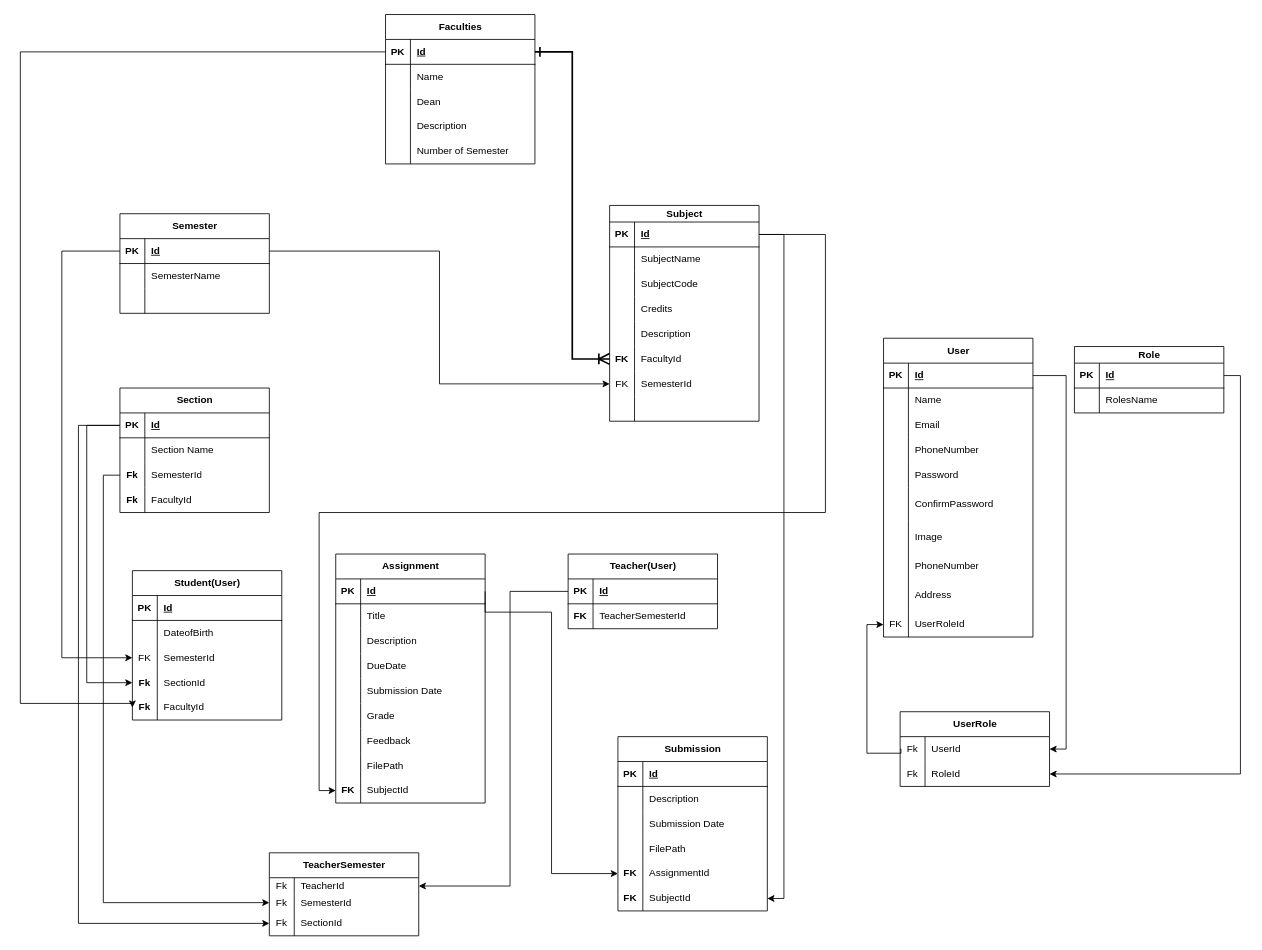
This is Untitled Diagram.drawio from Prakriti4/DotNetMVC, a draw.io file, before an edit. Source tidied: cells renumbered, new cells numbered last; positions are measured from the earlier drawing's top-left corner, leaving out a move shared by most shapes. Both pictures are drawn from the tidied source at 83%, with x=0, y=0 at pixel (20, 14).
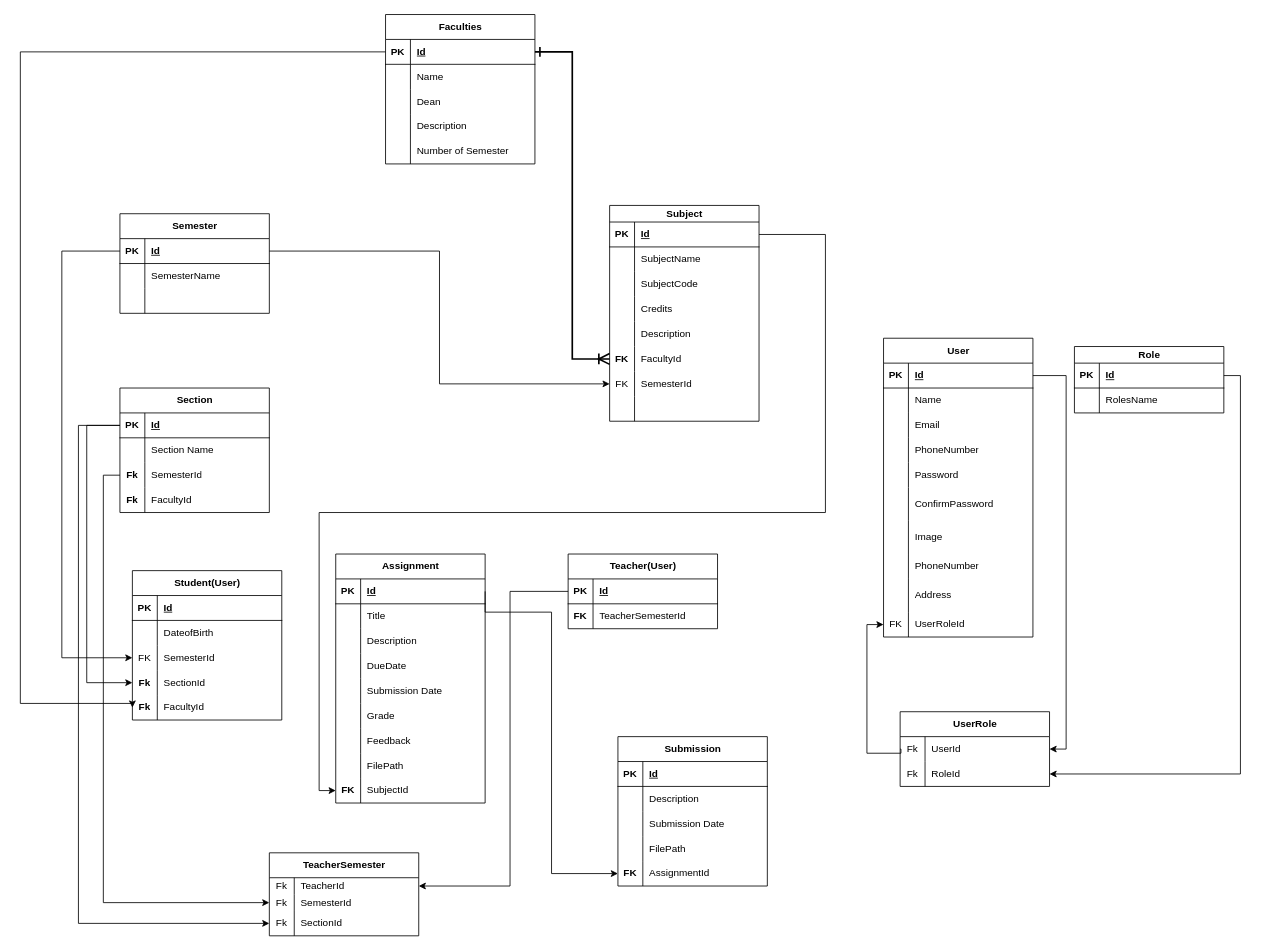
Above is the later version.

Unchanged cells that the change refers to:
```xml
<mxCell id="93" style="shape=tableRow;horizontal=0;startSize=0;swimlaneHead=0;swimlaneBody=0;fillColor=none;points=[[0,0.5],[1,0.5]];portConstraint=eastwest;top=0;left=0;right=0;bottom=1;" parent="92" vertex="1">
  <mxGeometry y="20" width="180" height="30" as="geometry" />
</mxCell>
```

What changed in the source:
```diff
@@
     <mxCell id="184" value="Submission" style="shape=table;startSize=30;childLayout=tableLayout;rowLines=0;fontStyle=1;align=center;html=1;" parent="1" vertex="1">
-      <mxGeometry x="720" y="870" width="180" height="210" as="geometry" />
+      <mxGeometry x="720" y="870" width="180" height="180" as="geometry" />
     </mxCell>
@@
-    <mxCell id="200" style="shape=tableRow;horizontal=0;startSize=0;swimlaneHead=0;swimlaneBody=0;fillColor=none;points=[[0,0.5],[1,0.5]];portConstraint=eastwest;top=0;left=0;right=0;bottom=0;" parent="184" vertex="1">
-      <mxGeometry y="180" width="180" height="30" as="geometry" />
-    </mxCell>
-    <mxCell id="201" value="&lt;b&gt;FK&lt;/b&gt;" style="shape=partialRectangle;fillColor=none;top=0;left=0;bottom=0;right=0;overflow=hidden;whiteSpace=wrap;html=1;" parent="200" vertex="1">
-      <mxGeometry width="30" height="30" as="geometry" />
-    </mxCell>
-    <mxCell id="202" value="SubjectId" style="shape=partialRectangle;fillColor=none;top=0;left=0;bottom=0;right=0;align=left;spacingLeft=6;overflow=hidden;whiteSpace=wrap;html=1;" parent="200" vertex="1">
-      <mxGeometry x="30" width="150" height="30" as="geometry" />
-    </mxCell>
@@
-    <mxCell id="204" style="edgeStyle=orthogonalEdgeStyle;rounded=0;jettySize=auto;html=1;exitX=1;exitY=0.5;exitDx=0;exitDy=0;entryX=1;entryY=0.5;entryDx=0;entryDy=0;" parent="1" edge="1" source="93" target="200">
-      <mxGeometry relative="1" as="geometry" />
-    </mxCell>
```
